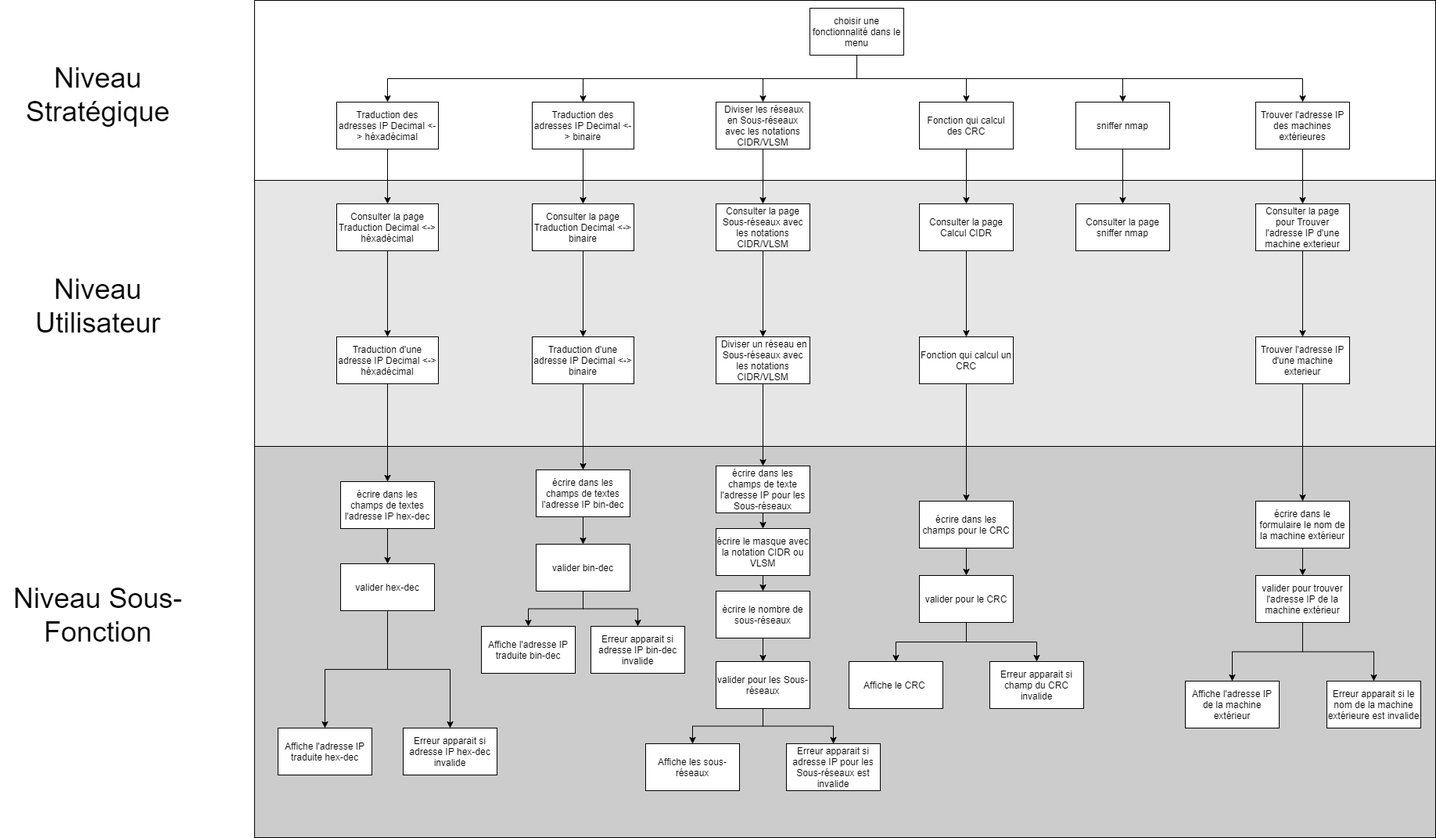
This is img/casUtilisation.png from pleijan/Plateforme-de-revision-Reseaux, a draw.io export, as it was before one commit. Source tidied: cells renumbered, new cells last; positions are measured from the earlier drawing's top-left corner, leaving out a move shared by most shapes.
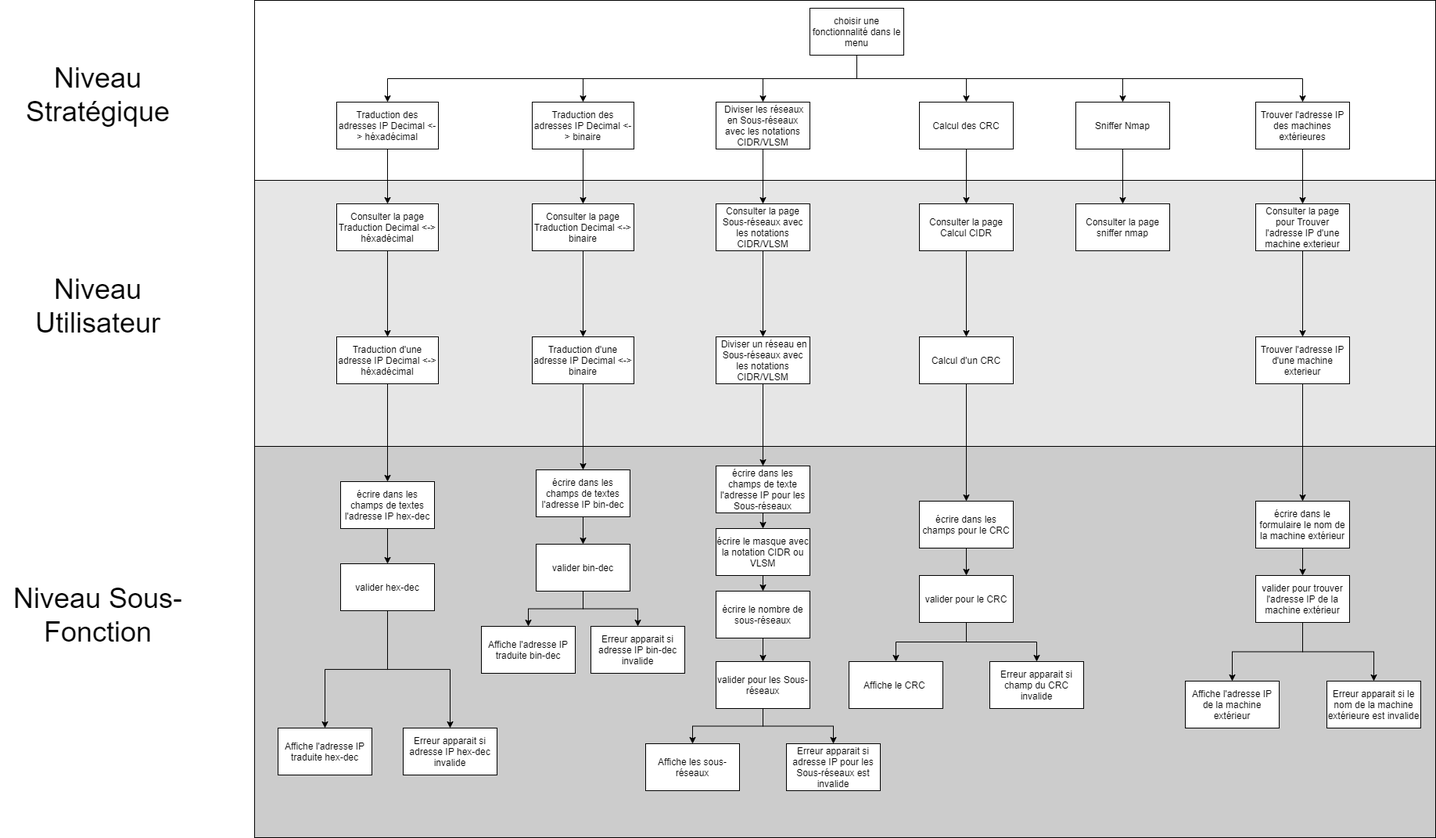
Later version of the same file.

The edit, as a diff of the source:
```diff
@@ -128,13 +128,13 @@
     <mxCell id="43" style="edgeStyle=orthogonalEdgeStyle;rounded=0;jettySize=auto;html=1;exitX=0.5;exitY=1;exitDx=0;exitDy=0;" parent="1" edge="1" source="44" target="54">
       <mxGeometry relative="1" as="geometry" />
     </mxCell>
-    <mxCell id="44" value="Fonction qui calcul des CRC" style="rounded=0;whiteSpace=wrap;html=1;" parent="1" vertex="1">
+    <mxCell id="44" value="Calcul des CRC" style="rounded=0;whiteSpace=wrap;html=1;" parent="1" vertex="1">
       <mxGeometry x="1175" y="130" width="120" height="60" as="geometry" />
     </mxCell>
     <mxCell id="45" style="edgeStyle=orthogonalEdgeStyle;rounded=0;jettySize=auto;html=1;exitX=0.5;exitY=1;exitDx=0;exitDy=0;entryX=0.5;entryY=0;entryDx=0;entryDy=0;" parent="1" edge="1" source="46" target="55">
       <mxGeometry relative="1" as="geometry" />
     </mxCell>
-    <mxCell id="46" value="sniffer nmap" style="rounded=0;whiteSpace=wrap;html=1;" parent="1" vertex="1">
+    <mxCell id="46" value="Sniffer Nmap" style="rounded=0;whiteSpace=wrap;html=1;" parent="1" vertex="1">
       <mxGeometry x="1375" y="130" width="120" height="60" as="geometry" />
     </mxCell>
     <mxCell id="47" style="edgeStyle=orthogonalEdgeStyle;rounded=0;jettySize=auto;html=1;exitX=0.5;exitY=1;exitDx=0;exitDy=0;entryX=0.5;entryY=0;entryDx=0;entryDy=0;" parent="1" edge="1" source="72" target="36">
@@ -221,7 +221,7 @@
     <mxCell id="74" style="edgeStyle=orthogonalEdgeStyle;rounded=0;jettySize=auto;html=1;exitX=0.5;exitY=1;exitDx=0;exitDy=0;entryX=0.5;entryY=0;entryDx=0;entryDy=0;" parent="1" edge="1" source="75" target="82">
       <mxGeometry relative="1" as="geometry" />
     </mxCell>
-    <mxCell id="75" value="Fonction qui calcul un CRC" style="rounded=0;whiteSpace=wrap;html=1;" parent="1" vertex="1">
+    <mxCell id="75" value="Calcul d'un CRC" style="rounded=0;whiteSpace=wrap;html=1;" parent="1" vertex="1">
       <mxGeometry x="1175" y="430" width="120" height="60" as="geometry" />
     </mxCell>
     <mxCell id="76" value="Erreur apparait si le nom de la machine extérieure est invalide" style="rounded=0;whiteSpace=wrap;html=1;" parent="1" vertex="1">
```
